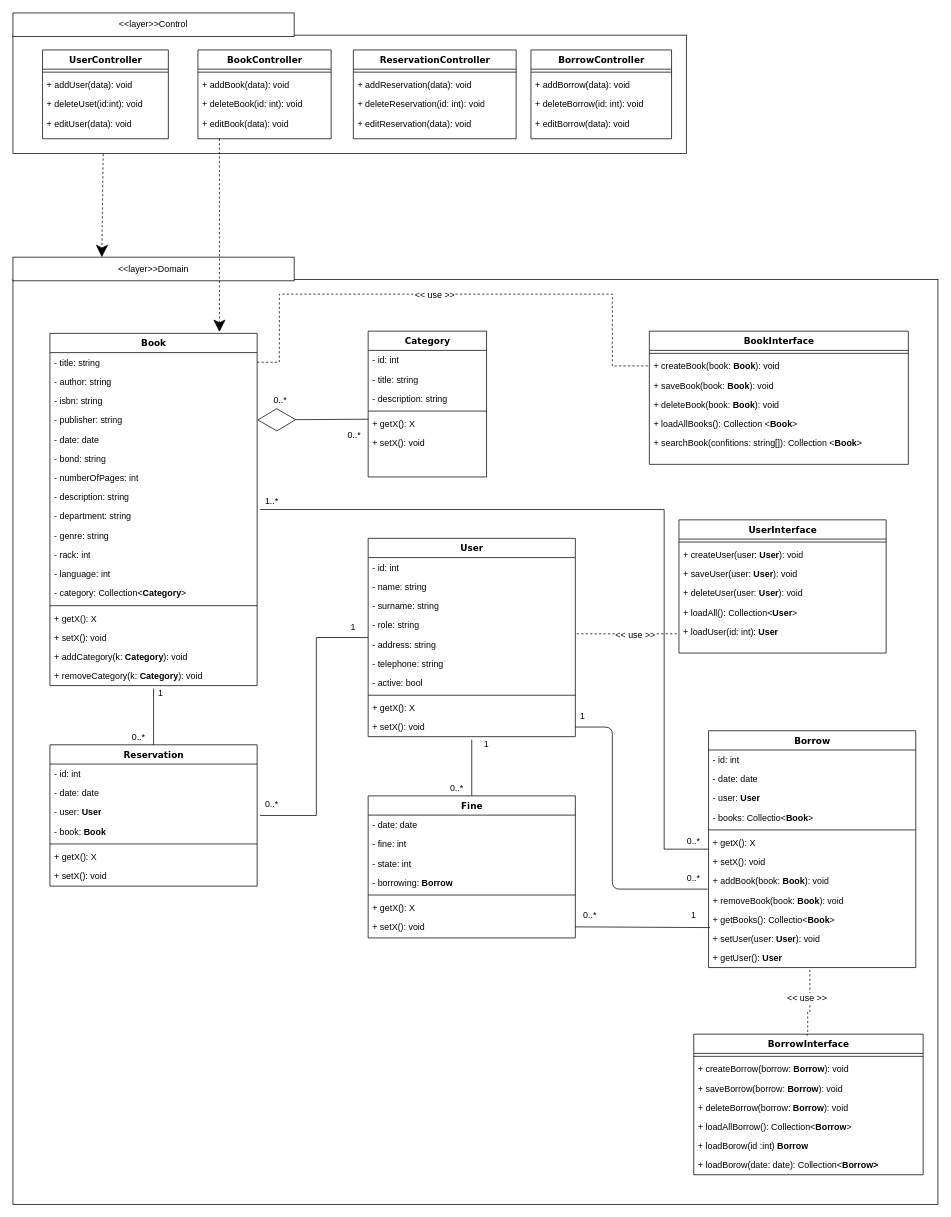
Before: Navrh_IS/assets/classdiagram/KDM.drawio in tammar96/piswap, a draw.io diagram. Source tidied: cells renumbered, new cells numbered last; positions are measured from the earlier drawing's top-left corner, leaving out a move shared by most shapes. Both pictures are drawn from the tidied source at 74%, with x=0, y=0 at pixel (13, 13).
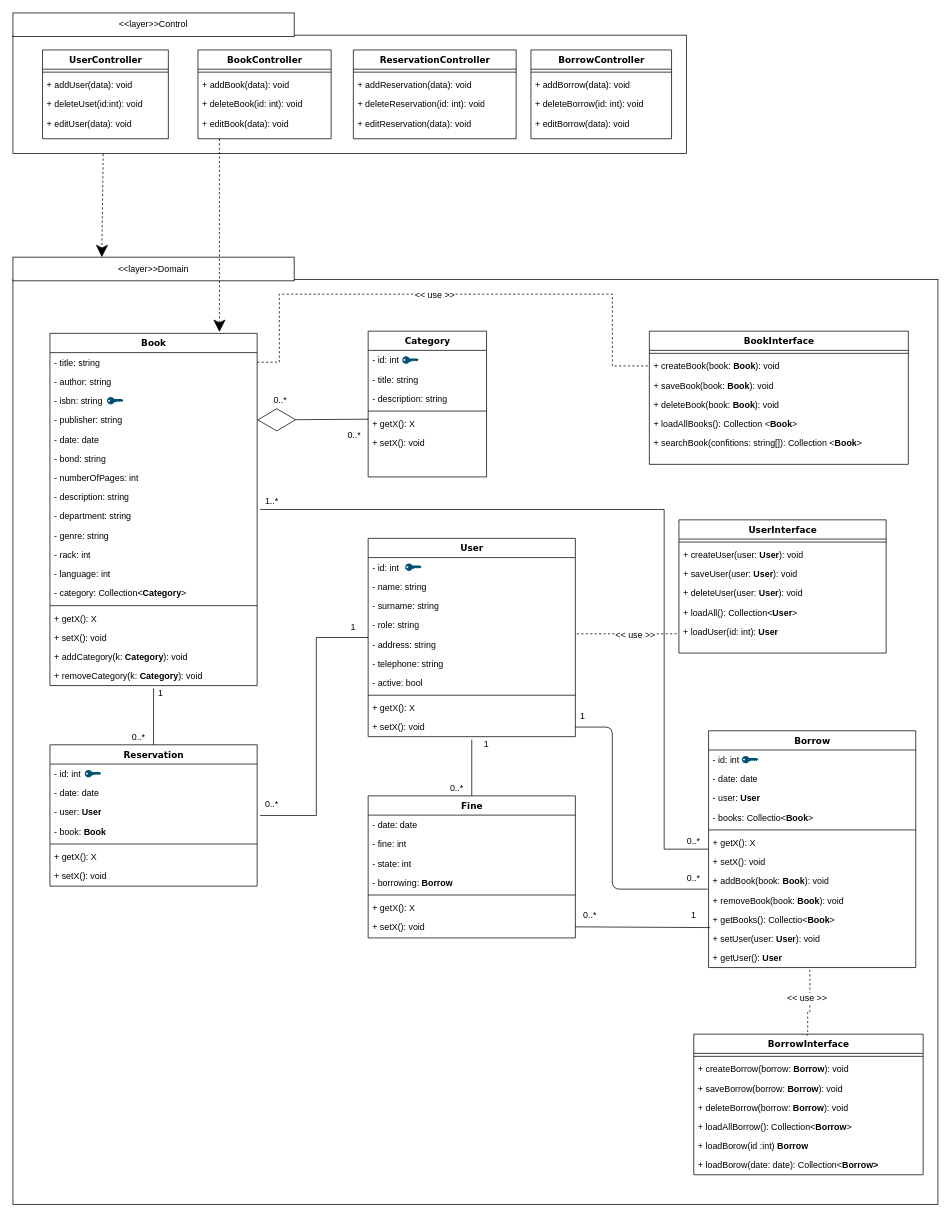
Above is the later version.

Change to the diagram source:
```diff
@@
+    <mxCell id="145" style="verticalLabelPosition=bottom;html=1;verticalAlign=top;align=center;shape=mxgraph.cisco19.key;fillColor=#005073;strokeColor=none;" parent="1" vertex="1">
+      <mxGeometry x="127" y="519" width="22.2" height="10" as="geometry" />
+    </mxCell>
+    <mxCell id="146" style="verticalLabelPosition=bottom;html=1;verticalAlign=top;align=center;shape=mxgraph.cisco19.key;fillColor=#005073;strokeColor=none;" parent="1" vertex="1">
+      <mxGeometry x="526" y="464" width="22.2" height="10" as="geometry" />
+    </mxCell>
+    <mxCell id="147" style="verticalLabelPosition=bottom;html=1;verticalAlign=top;align=center;shape=mxgraph.cisco19.key;fillColor=#005073;strokeColor=none;" parent="1" vertex="1">
+      <mxGeometry x="530" y="744" width="22.2" height="10" as="geometry" />
+    </mxCell>
+    <mxCell id="148" style="verticalLabelPosition=bottom;html=1;verticalAlign=top;align=center;shape=mxgraph.cisco19.key;fillColor=#005073;strokeColor=none;" parent="1" vertex="1">
+      <mxGeometry x="97" y="1023" width="22.2" height="10" as="geometry" />
+    </mxCell>
+    <mxCell id="149" style="verticalLabelPosition=bottom;html=1;verticalAlign=top;align=center;shape=mxgraph.cisco19.key;fillColor=#005073;strokeColor=none;" parent="1" vertex="1">
+      <mxGeometry x="985" y="1004" width="22.2" height="10" as="geometry" />
+    </mxCell>
```
